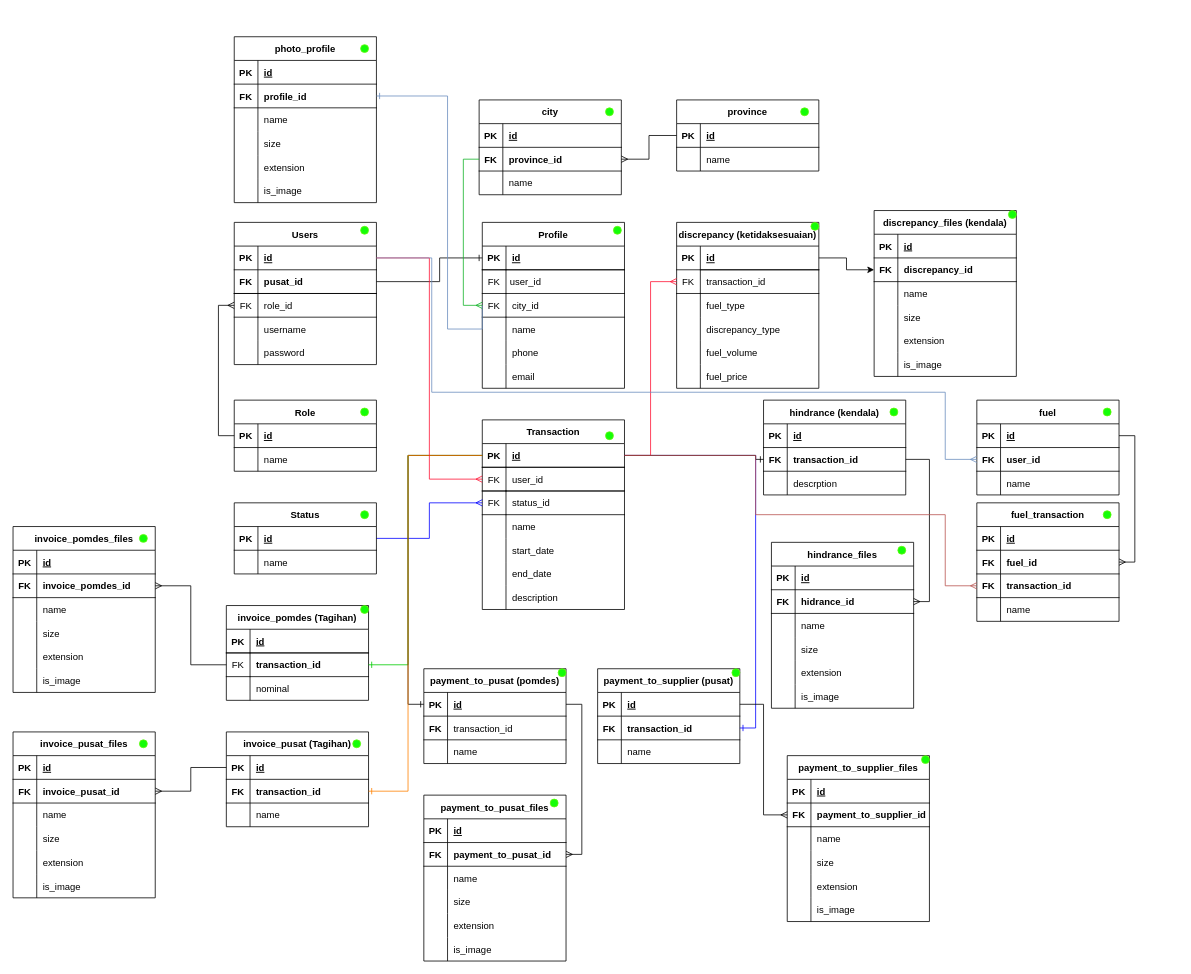
The draw.io diagram PomdesDB.drawio in Faris072/pomdes, before the edit. Source tidied: cells renumbered, new cells numbered last; positions are measured from the earlier drawing's top-left corner, leaving out a move shared by most shapes. Both pictures are drawn from the tidied source at 79%, with x=0, y=0 at pixel (13, 36).
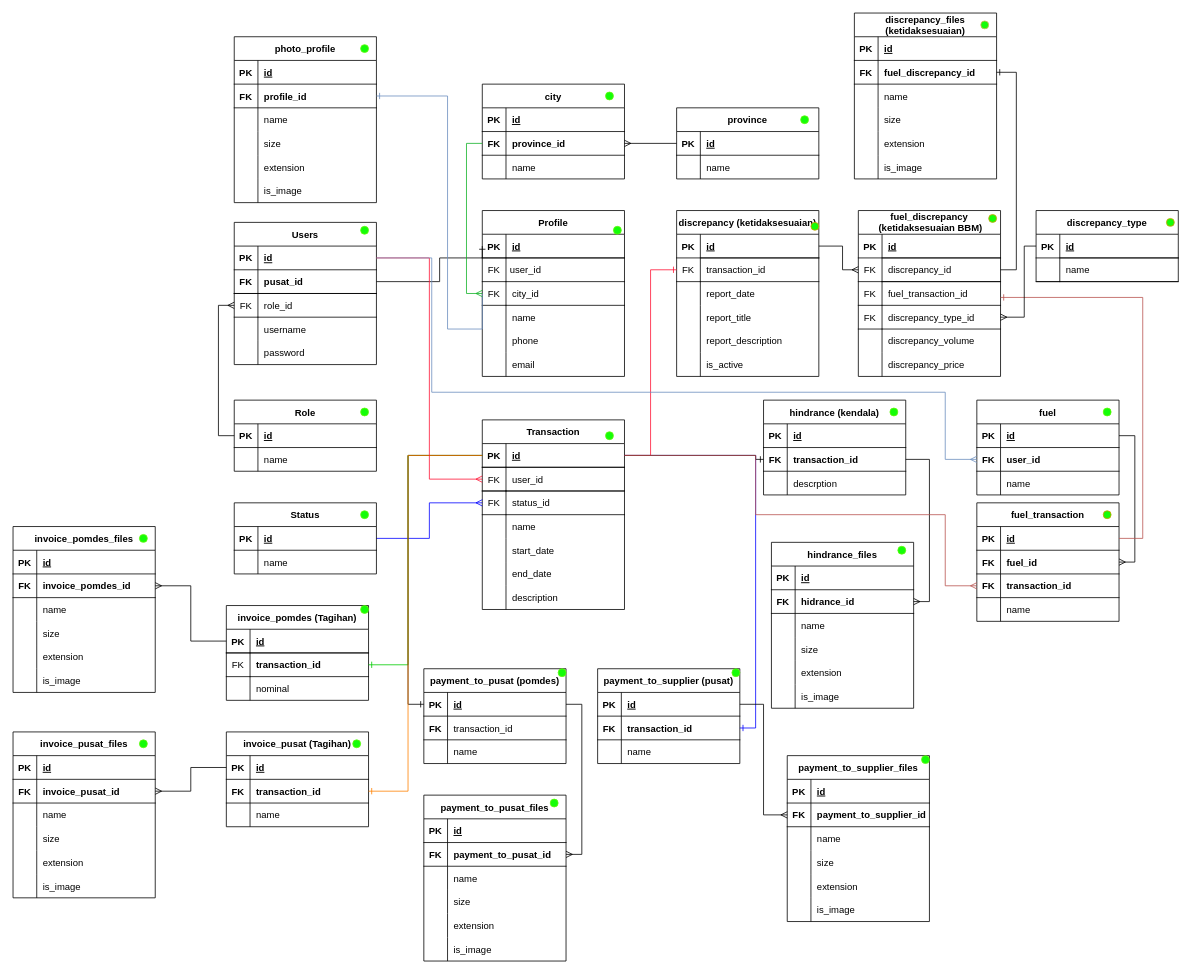
The same diagram, later.

The change refers to these unchanged cells:
```xml
<mxCell id="48" style="shape=tableRow;horizontal=0;startSize=0;swimlaneHead=0;swimlaneBody=0;fillColor=none;points=[[0,0.5],[1,0.5]];portConstraint=eastwest;top=0;left=0;right=0;bottom=1;" parent="47" vertex="1">
  <mxGeometry y="30" width="180" height="30" as="geometry" />
</mxCell>
<mxCell id="78" style="shape=tableRow;horizontal=0;startSize=0;swimlaneHead=0;swimlaneBody=0;fillColor=none;points=[[0,0.5],[1,0.5]];portConstraint=eastwest;top=0;left=0;right=0;bottom=1;" parent="77" vertex="1">
  <mxGeometry y="30" width="180" height="30" as="geometry" />
</mxCell>
<mxCell id="81" style="shape=tableRow;horizontal=0;startSize=0;swimlaneHead=0;swimlaneBody=1;fillColor=none;points=[[0,0.5],[1,0.5]];portConstraint=eastwest;top=0;left=0;right=0;bottom=0;" parent="77" vertex="1">
  <mxGeometry y="60" width="180" height="30" as="geometry" />
</mxCell>
<mxCell id="135" style="shape=tableRow;horizontal=0;startSize=0;swimlaneHead=0;swimlaneBody=0;fillColor=none;points=[[0,0.5],[1,0.5]];portConstraint=eastwest;top=0;left=0;right=0;bottom=1;" parent="134" vertex="1">
  <mxGeometry y="30" width="180" height="30" as="geometry" />
</mxCell>
<mxCell id="138" style="shape=tableRow;horizontal=0;startSize=0;swimlaneHead=0;swimlaneBody=0;fillColor=none;points=[[0,0.5],[1,0.5]];portConstraint=eastwest;top=0;left=0;right=0;bottom=0;" parent="134" vertex="1">
  <mxGeometry y="60" width="180" height="30" as="geometry" />
</mxCell>
<mxCell id="141" style="shape=tableRow;horizontal=0;startSize=0;swimlaneHead=0;swimlaneBody=0;fillColor=none;top=0;left=0;right=0;bottom=0;" parent="134" vertex="1">
  <mxGeometry y="90" width="180" height="30" as="geometry" />
</mxCell>
<mxCell id="144" style="shape=tableRow;horizontal=0;startSize=0;swimlaneHead=0;swimlaneBody=0;fillColor=none;top=0;left=0;right=0;bottom=0;" parent="134" vertex="1">
  <mxGeometry y="120" width="180" height="30" as="geometry" />
</mxCell>
<mxCell id="147" style="shape=tableRow;horizontal=0;startSize=0;swimlaneHead=0;swimlaneBody=0;fillColor=none;top=0;left=0;right=0;bottom=0;" parent="134" vertex="1">
  <mxGeometry y="150" width="180" height="30" as="geometry" />
</mxCell>
<mxCell id="150" style="shape=tableRow;horizontal=0;startSize=0;swimlaneHead=0;swimlaneBody=0;fillColor=none;top=0;left=0;right=0;bottom=0;" parent="134" vertex="1">
  <mxGeometry y="180" width="180" height="30" as="geometry" />
</mxCell>
<mxCell id="178" style="shape=tableRow;horizontal=0;startSize=0;swimlaneHead=0;swimlaneBody=0;fillColor=none;points=[[0,0.5],[1,0.5]];portConstraint=eastwest;top=0;left=0;right=0;bottom=1;" parent="174" vertex="1">
  <mxGeometry y="60" width="180" height="30" as="geometry" />
</mxCell>
<mxCell id="269" style="shape=tableRow;horizontal=0;startSize=0;swimlaneHead=0;swimlaneBody=0;fillColor=none;points=[[0,0.5],[1,0.5]];portConstraint=eastwest;top=0;left=0;right=0;bottom=1;" parent="265" vertex="1">
  <mxGeometry y="60" width="180" height="30" as="geometry" />
</mxCell>
<mxCell id="342" style="shape=tableRow;horizontal=0;startSize=0;swimlaneHead=0;swimlaneBody=0;fillColor=none;points=[[0,0.5],[1,0.5]];portConstraint=eastwest;top=0;left=0;right=0;bottom=1;" parent="341" vertex="1">
  <mxGeometry y="30" width="180" height="30" as="geometry" />
</mxCell>
```

The edit, as a diff of the source:
```diff
@@
     <mxCell id="18" value="Profile" style="shape=table;startSize=30;childLayout=tableLayout;rowLines=0;fontStyle=1;align=center;" parent="1" vertex="1">
-      <mxGeometry x="594" y="235" width="180" height="210" as="geometry" />
+      <mxGeometry x="594" y="220" width="180" height="210" as="geometry" />
     </mxCell>
@@
-    <mxCell id="133" style="edgeStyle=orthogonalEdgeStyle;rounded=0;jettySize=auto;html=1;exitX=1;exitY=0.5;exitDx=0;exitDy=0;" parent="1" edge="1" source="135" target="269">
-      <mxGeometry relative="1" as="geometry" />
-    </mxCell>
     <mxCell id="134" value="discrepancy (ketidaksesuaian)" style="shape=table;startSize=30;childLayout=tableLayout;rowLines=0;fontStyle=1;align=center;" parent="1" vertex="1">
-      <mxGeometry x="840" y="235" width="180" height="210" as="geometry" />
+      <mxGeometry x="840" y="220" width="180" height="210" as="geometry" />
     </mxCell>
@@
-    <mxCell id="143" value="fuel_type" style="shape=partialRectangle;fillColor=none;top=0;left=0;bottom=0;right=0;align=left;spacingLeft=6;overflow=hidden;" parent="141" vertex="1">
+    <mxCell id="143" value="report_date" style="shape=partialRectangle;fillColor=none;top=0;left=0;bottom=0;right=0;align=left;spacingLeft=6;overflow=hidden;" parent="141" vertex="1">
       <mxGeometry x="30" width="150" height="30" as="geometry" />
     </mxCell>
@@
-    <mxCell id="146" value="discrepancy_type" style="shape=partialRectangle;fillColor=none;top=0;left=0;bottom=0;right=0;align=left;spacingLeft=6;overflow=hidden;" parent="144" vertex="1">
+    <mxCell id="146" value="report_title" style="shape=partialRectangle;fillColor=none;top=0;left=0;bottom=0;right=0;align=left;spacingLeft=6;overflow=hidden;" parent="144" vertex="1">
       <mxGeometry x="30" width="150" height="30" as="geometry" />
     </mxCell>
@@
-    <mxCell id="149" value="fuel_volume" style="shape=partialRectangle;fillColor=none;top=0;left=0;bottom=0;right=0;align=left;spacingLeft=6;overflow=hidden;" parent="147" vertex="1">
+    <mxCell id="149" value="report_description" style="shape=partialRectangle;fillColor=none;top=0;left=0;bottom=0;right=0;align=left;spacingLeft=6;overflow=hidden;" parent="147" vertex="1">
       <mxGeometry x="30" width="150" height="30" as="geometry" />
     </mxCell>
@@
-    <mxCell id="152" value="fuel_price" style="shape=partialRectangle;fillColor=none;top=0;left=0;bottom=0;right=0;align=left;spacingLeft=6;overflow=hidden;" parent="150" vertex="1">
+    <mxCell id="152" value="is_active" style="shape=partialRectangle;fillColor=none;top=0;left=0;bottom=0;right=0;align=left;spacingLeft=6;overflow=hidden;" parent="150" vertex="1">
       <mxGeometry x="30" width="150" height="30" as="geometry" />
     </mxCell>
-    <mxCell id="153" style="edgeStyle=orthogonalEdgeStyle;rounded=0;jettySize=auto;html=1;entryX=0;entryY=0.5;entryDx=0;entryDy=0;strokeColor=#FF1434;fontFamily=Helvetica;fontSize=12;fontColor=default;endArrow=ERmany;endFill=0;startSize=30;" parent="1" edge="1" source="48" target="138">
+    <mxCell id="153" style="edgeStyle=orthogonalEdgeStyle;rounded=0;jettySize=auto;html=1;entryX=0;entryY=0.5;entryDx=0;entryDy=0;strokeColor=#FF1434;fontFamily=Helvetica;fontSize=12;fontColor=default;endArrow=ERone;endFill=0;startSize=30;" parent="1" edge="1" source="48" target="138">
       <mxGeometry relative="1" as="geometry" />
     </mxCell>
@@
-    <mxCell id="193" style="edgeStyle=orthogonalEdgeStyle;rounded=0;jettySize=auto;html=1;entryX=1;entryY=0.5;entryDx=0;entryDy=0;endArrow=ERmany;endFill=0;" parent="1" edge="1" source="81" target="178">
+    <mxCell id="193" style="edgeStyle=orthogonalEdgeStyle;rounded=0;jettySize=auto;html=1;entryX=1;entryY=0.5;entryDx=0;entryDy=0;endArrow=ERmany;endFill=0;exitX=0;exitY=0.5;exitDx=0;exitDy=0;" parent="1" edge="1" source="78" target="178">
       <mxGeometry relative="1" as="geometry" />
     </mxCell>
@@
-    <mxCell id="265" value="discrepancy_files (kendala)" style="shape=table;startSize=30;childLayout=tableLayout;rowLines=0;fontStyle=1;align=center;" parent="1" vertex="1">
-      <mxGeometry x="1090" y="220" width="180" height="210" as="geometry" />
+    <mxCell id="265" value="discrepancy_files &#10;(ketidaksesuaian)" style="shape=table;startSize=30;childLayout=tableLayout;rowLines=0;fontStyle=1;align=center;" parent="1" vertex="1">
+      <mxGeometry x="1065" y="-30" width="180" height="210" as="geometry" />
     </mxCell>
@@
-    <mxCell id="271" value="discrepancy_id" style="shape=partialRectangle;fillColor=none;top=0;left=0;bottom=0;right=0;align=left;spacingLeft=6;fontStyle=1;overflow=hidden;" parent="269" vertex="1">
+    <mxCell id="271" value="fuel_discrepancy_id" style="shape=partialRectangle;fillColor=none;top=0;left=0;bottom=0;right=0;align=left;spacingLeft=6;fontStyle=1;overflow=hidden;" parent="269" vertex="1">
       <mxGeometry x="30" width="150" height="30" as="geometry" />
     </mxCell>
@@
-    <mxCell id="284" style="ellipse;whiteSpace=wrap;html=1;fillColor=#14fd08;strokeColor=#62f90b;" parent="1" vertex="1">
-      <mxGeometry x="1260" y="220" width="10" height="10" as="geometry" />
+    <mxCell id="284" style="ellipse;whiteSpace=wrap;html=1;fillColor=#14fd08;strokeColor=#d6b656;" parent="1" vertex="1">
+      <mxGeometry x="1225" y="-20" width="10" height="10" as="geometry" />
     </mxCell>
-    <mxCell id="285" style="ellipse;whiteSpace=wrap;html=1;fillColor=#14fd08;strokeColor=#62f90b;" parent="1" vertex="1">
+    <mxCell id="285" style="ellipse;whiteSpace=wrap;html=1;fillColor=#14fd08;strokeColor=#d79b00;" parent="1" vertex="1">
       <mxGeometry x="1010" y="235" width="10" height="10" as="geometry" />
     </mxCell>
@@
     <mxCell id="308" value="city" style="shape=table;startSize=30;childLayout=tableLayout;rowLines=0;fontStyle=1;align=center;" parent="1" vertex="1">
-      <mxGeometry x="590" y="80" width="180" height="120" as="geometry" />
+      <mxGeometry x="594" y="60" width="180" height="120" as="geometry" />
     </mxCell>
@@
     <mxCell id="319" value="province" style="shape=table;startSize=30;childLayout=tableLayout;rowLines=0;fontStyle=1;align=center;" parent="1" vertex="1">
-      <mxGeometry x="840" y="80" width="180" height="90" as="geometry" />
+      <mxGeometry x="840" y="90" width="180" height="90" as="geometry" />
     </mxCell>
@@
     <mxCell id="328" style="ellipse;whiteSpace=wrap;html=1;fillColor=#14fd08;strokeColor=#62f90b;" parent="1" vertex="1">
-      <mxGeometry x="750" y="90" width="10" height="10" as="geometry" />
+      <mxGeometry x="750" y="70" width="10" height="10" as="geometry" />
     </mxCell>
     <mxCell id="329" style="ellipse;whiteSpace=wrap;html=1;fillColor=#14fd08;strokeColor=#62f90b;" parent="1" vertex="1">
-      <mxGeometry x="997" y="90" width="10" height="10" as="geometry" />
+      <mxGeometry x="997" y="100" width="10" height="10" as="geometry" />
     </mxCell>
@@
-    <mxCell id="357" style="ellipse;whiteSpace=wrap;html=1;fillColor=#14fd08;strokeColor=#62f90b;" parent="1" vertex="1">
+    <mxCell id="357" style="ellipse;whiteSpace=wrap;html=1;fillColor=#14fd08;strokeColor=#d79b00;" parent="1" vertex="1">
       <mxGeometry x="1380" y="600" width="10" height="10" as="geometry" />
     </mxCell>
@@
+    <mxCell id="359" value="fuel_discrepancy&#10; (ketidaksesuaian BBM)" style="shape=table;startSize=30;childLayout=tableLayout;rowLines=0;fontStyle=1;align=center;" parent="1" vertex="1">
+      <mxGeometry x="1070" y="220" width="180" height="210" as="geometry" />
+    </mxCell>
+    <mxCell id="360" style="shape=tableRow;horizontal=0;startSize=0;swimlaneHead=0;swimlaneBody=0;fillColor=none;top=0;left=0;right=0;bottom=1;" parent="359" vertex="1">
+      <mxGeometry y="30" width="180" height="30" as="geometry" />
+    </mxCell>
+    <mxCell id="361" value="PK" style="shape=partialRectangle;fillColor=none;top=0;left=0;bottom=0;right=0;fontStyle=1;overflow=hidden;" parent="360" vertex="1">
+      <mxGeometry width="30" height="30" as="geometry" />
+    </mxCell>
+    <mxCell id="362" value="id" style="shape=partialRectangle;fillColor=none;top=0;left=0;bottom=0;right=0;align=left;spacingLeft=6;fontStyle=5;overflow=hidden;" parent="360" vertex="1">
+      <mxGeometry x="30" width="150" height="30" as="geometry" />
+    </mxCell>
+    <mxCell id="363" style="shape=tableRow;horizontal=0;startSize=0;swimlaneHead=0;swimlaneBody=0;fillColor=none;points=[[0,0.5],[1,0.5]];portConstraint=eastwest;top=0;left=0;right=0;bottom=0;" parent="359" vertex="1">
+      <mxGeometry y="60" width="180" height="30" as="geometry" />
+    </mxCell>
+    <mxCell id="364" value="FK" style="shape=partialRectangle;fillColor=none;top=0;left=0;bottom=1;right=0;overflow=hidden;" parent="363" vertex="1">
+      <mxGeometry width="30" height="30" as="geometry" />
+    </mxCell>
+    <mxCell id="365" value="discrepancy_id" style="shape=partialRectangle;fillColor=none;top=1;left=0;bottom=1;right=0;align=left;spacingLeft=6;overflow=hidden;" parent="363" vertex="1">
+      <mxGeometry x="30" width="150" height="30" as="geometry" />
+    </mxCell>
+    <mxCell id="366" style="shape=tableRow;horizontal=0;startSize=0;swimlaneHead=0;swimlaneBody=0;fillColor=none;top=0;left=0;right=0;bottom=0;" parent="359" vertex="1">
+      <mxGeometry y="90" width="180" height="30" as="geometry" />
+    </mxCell>
+    <mxCell id="367" value="FK" style="shape=partialRectangle;fillColor=none;top=0;left=0;bottom=1;right=0;overflow=hidden;" parent="366" vertex="1">
+      <mxGeometry width="30" height="30" as="geometry" />
+    </mxCell>
+    <mxCell id="368" value="fuel_transaction_id" style="shape=partialRectangle;fillColor=none;top=1;left=0;bottom=1;right=0;align=left;spacingLeft=6;overflow=hidden;" parent="366" vertex="1">
+      <mxGeometry x="30" width="150" height="30" as="geometry" />
+    </mxCell>
+    <mxCell id="369" style="shape=tableRow;horizontal=0;startSize=0;swimlaneHead=0;swimlaneBody=0;fillColor=none;points=[[0,0.5],[1,0.5]];portConstraint=eastwest;top=0;left=0;right=0;bottom=0;" parent="359" vertex="1">
+      <mxGeometry y="120" width="180" height="30" as="geometry" />
+    </mxCell>
+    <mxCell id="370" value="FK" style="shape=partialRectangle;fillColor=none;top=0;left=0;bottom=1;right=0;overflow=hidden;" parent="369" vertex="1">
+      <mxGeometry width="30" height="30" as="geometry" />
+    </mxCell>
+    <mxCell id="371" value="discrepancy_type_id" style="shape=partialRectangle;fillColor=none;top=0;left=0;bottom=1;right=0;align=left;spacingLeft=6;overflow=hidden;" parent="369" vertex="1">
+      <mxGeometry x="30" width="150" height="30" as="geometry" />
+    </mxCell>
+    <mxCell id="372" style="shape=tableRow;horizontal=0;startSize=0;swimlaneHead=0;swimlaneBody=0;fillColor=none;top=0;left=0;right=0;bottom=0;" parent="359" vertex="1">
+      <mxGeometry y="150" width="180" height="30" as="geometry" />
+    </mxCell>
+    <mxCell id="373" style="shape=partialRectangle;fillColor=none;top=0;left=0;bottom=0;right=0;overflow=hidden;" parent="372" vertex="1">
+      <mxGeometry width="30" height="30" as="geometry" />
+    </mxCell>
+    <mxCell id="374" value="discrepancy_volume" style="shape=partialRectangle;fillColor=none;top=0;left=0;bottom=0;right=0;align=left;spacingLeft=6;overflow=hidden;" parent="372" vertex="1">
+      <mxGeometry x="30" width="150" height="30" as="geometry" />
+    </mxCell>
+    <mxCell id="375" style="shape=tableRow;horizontal=0;startSize=0;swimlaneHead=0;swimlaneBody=0;fillColor=none;top=0;left=0;right=0;bottom=0;" parent="359" vertex="1">
+      <mxGeometry y="180" width="180" height="30" as="geometry" />
+    </mxCell>
+    <mxCell id="376" style="shape=partialRectangle;fillColor=none;top=0;left=0;bottom=0;right=0;overflow=hidden;" parent="375" vertex="1">
+      <mxGeometry width="30" height="30" as="geometry" />
+    </mxCell>
+    <mxCell id="377" value="discrepancy_price" style="shape=partialRectangle;fillColor=none;top=0;left=0;bottom=0;right=0;align=left;spacingLeft=6;overflow=hidden;" parent="375" vertex="1">
+      <mxGeometry x="30" width="150" height="30" as="geometry" />
+    </mxCell>
+    <mxCell id="378" style="ellipse;whiteSpace=wrap;html=1;fillColor=#14fd08;strokeColor=#d79b00;" parent="1" vertex="1">
+      <mxGeometry x="1235" y="225" width="10" height="10" as="geometry" />
+    </mxCell>
+    <mxCell id="379" style="edgeStyle=orthogonalEdgeStyle;rounded=0;jettySize=auto;html=1;entryX=1;entryY=0.5;entryDx=0;entryDy=0;endArrow=ERone;endFill=0;exitX=1;exitY=0.5;exitDx=0;exitDy=0;" parent="1" edge="1" source="363" target="269">
+      <mxGeometry relative="1" as="geometry" />
+    </mxCell>
+    <mxCell id="380" style="edgeStyle=orthogonalEdgeStyle;rounded=0;jettySize=auto;html=1;endArrow=ERmany;endFill=0;exitX=1;exitY=0.5;exitDx=0;exitDy=0;" parent="1" edge="1" source="135">
+      <mxGeometry relative="1" as="geometry">
+        <mxPoint x="1070" y="295" as="targetPoint" />
+        <Array as="points">
+          <mxPoint x="1050" y="265" />
+          <mxPoint x="1050" y="295" />
+        </Array>
+      </mxGeometry>
+    </mxCell>
+    <mxCell id="381" style="edgeStyle=orthogonalEdgeStyle;rounded=0;jettySize=auto;html=1;endArrow=ERone;endFill=0;fillColor=#f8cecc;strokeColor=#b85450;exitX=1;exitY=0.5;exitDx=0;exitDy=0;" parent="1" edge="1" source="342">
+      <mxGeometry relative="1" as="geometry">
+        <mxPoint x="1250" y="330" as="targetPoint" />
+        <Array as="points">
+          <mxPoint x="1430" y="635" />
+          <mxPoint x="1430" y="330" />
+        </Array>
+      </mxGeometry>
+    </mxCell>
+    <mxCell id="382" value="discrepancy_type" style="shape=table;startSize=30;childLayout=tableLayout;rowLines=0;fontStyle=1;align=center;" parent="1" vertex="1">
+      <mxGeometry x="1295" y="220" width="180" height="90" as="geometry" />
+    </mxCell>
+    <mxCell id="383" style="shape=tableRow;horizontal=0;startSize=0;swimlaneHead=0;swimlaneBody=0;fillColor=none;points=[[0,0.5],[1,0.5]];portConstraint=eastwest;top=0;left=0;right=0;bottom=1;" parent="382" vertex="1">
+      <mxGeometry y="30" width="180" height="30" as="geometry" />
+    </mxCell>
+    <mxCell id="384" value="PK" style="shape=partialRectangle;fillColor=none;top=0;left=0;bottom=0;right=0;fontStyle=1;overflow=hidden;" parent="383" vertex="1">
+      <mxGeometry width="30" height="30" as="geometry" />
+    </mxCell>
+    <mxCell id="385" value="id" style="shape=partialRectangle;fillColor=none;top=0;left=0;bottom=0;right=0;align=left;spacingLeft=6;fontStyle=5;overflow=hidden;" parent="383" vertex="1">
+      <mxGeometry x="30" width="150" height="30" as="geometry" />
+    </mxCell>
+    <mxCell id="386" style="shape=tableRow;horizontal=0;startSize=0;swimlaneHead=0;swimlaneBody=0;fillColor=none;top=0;left=0;right=0;bottom=0;" parent="382" vertex="1">
+      <mxGeometry y="60" width="180" height="30" as="geometry" />
+    </mxCell>
+    <mxCell id="387" style="shape=partialRectangle;fillColor=none;top=0;left=0;bottom=1;right=0;overflow=hidden;" parent="386" vertex="1">
+      <mxGeometry width="30" height="30" as="geometry" />
+    </mxCell>
+    <mxCell id="388" value="name" style="shape=partialRectangle;fillColor=none;top=1;left=0;bottom=1;right=0;align=left;spacingLeft=6;overflow=hidden;" parent="386" vertex="1">
+      <mxGeometry x="30" width="150" height="30" as="geometry" />
+    </mxCell>
+    <mxCell id="389" style="edgeStyle=orthogonalEdgeStyle;rounded=0;jettySize=auto;html=1;entryX=1;entryY=0.5;entryDx=0;entryDy=0;endArrow=ERmany;endFill=0;exitX=0;exitY=0.5;exitDx=0;exitDy=0;" parent="1" edge="1" source="383" target="369">
+      <mxGeometry relative="1" as="geometry">
+        <Array as="points">
+          <mxPoint x="1280" y="265" />
+          <mxPoint x="1280" y="355" />
+        </Array>
+      </mxGeometry>
+    </mxCell>
+    <mxCell id="390" style="ellipse;whiteSpace=wrap;html=1;fillColor=#14fd08;strokeColor=#d79b00;" parent="1" vertex="1">
+      <mxGeometry x="1460" y="230" width="10" height="10" as="geometry" />
+    </mxCell>
```
